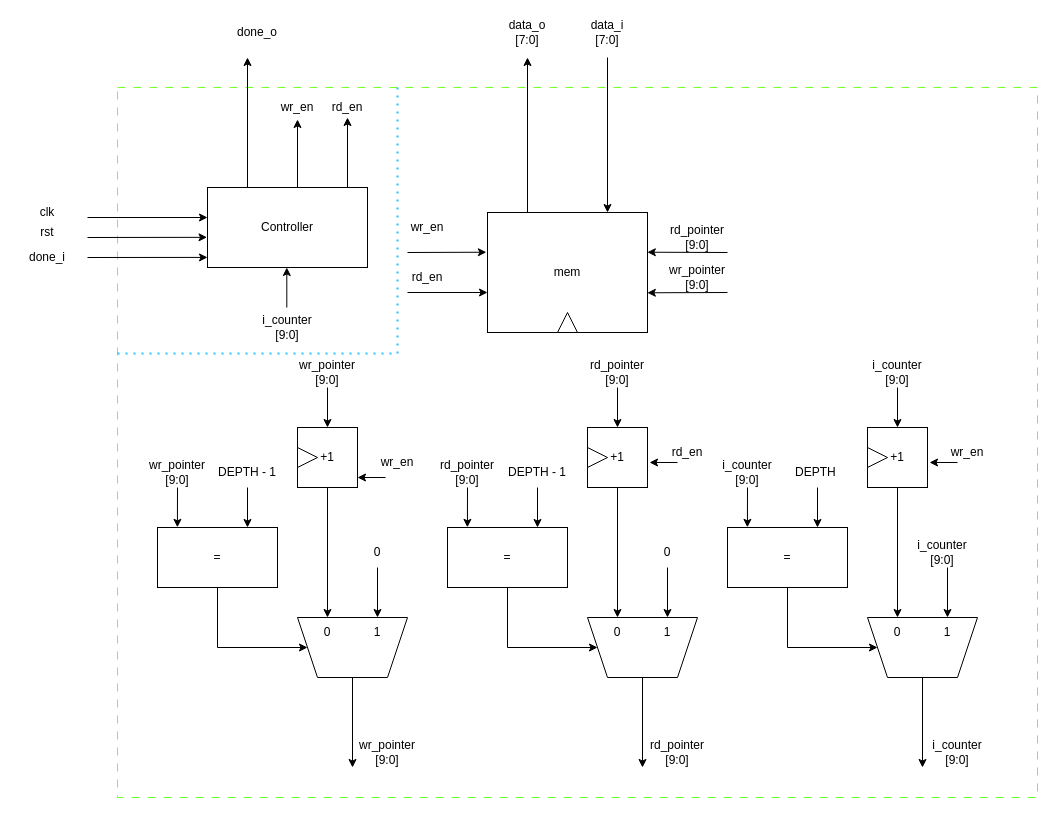
Before: Draw/PreparationModules/LineBuffer.drawio in Hieuueihm/Thesis, a draw.io diagram. Source tidied: cells renumbered, new cells numbered last; positions are measured from the earlier drawing's top-left corner, leaving out a move shared by most shapes. Both pictures are drawn from the tidied source at 100%, with x=0, y=0 at pixel (17, 17).
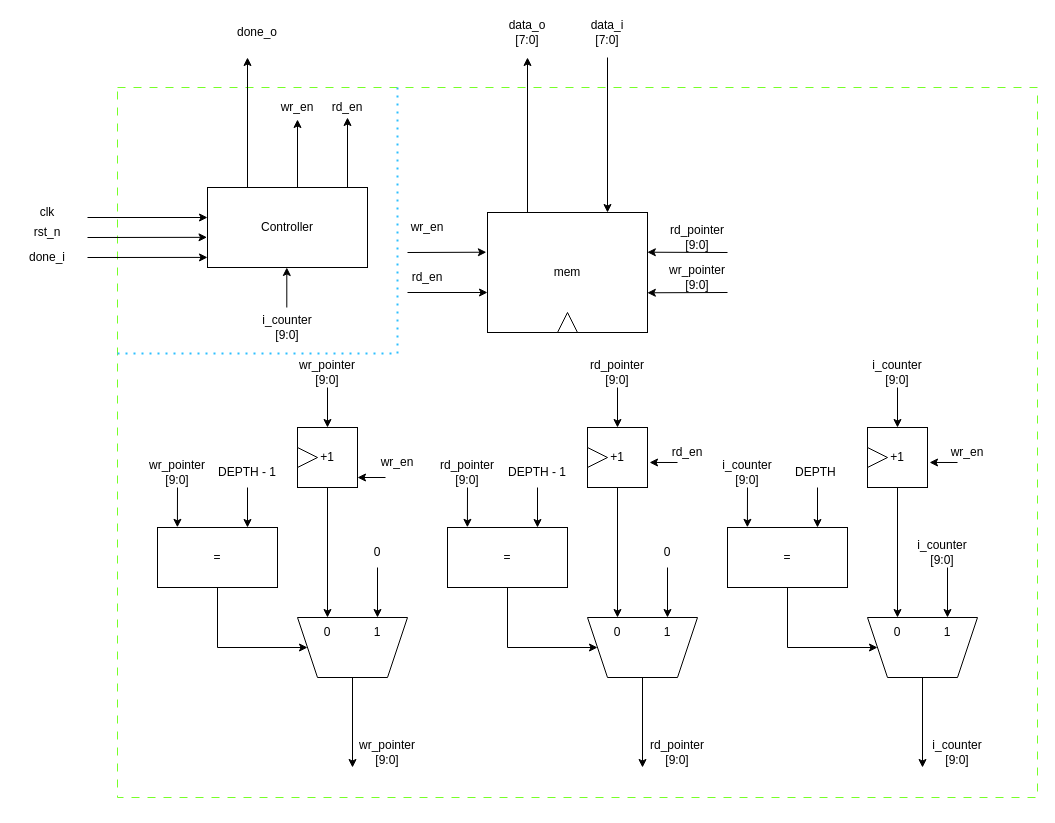
Above is the later version.

Diff of the diagram source:
```diff
@@
-    <mxCell id="9" value="rst" style="text;html=1;align=center;verticalAlign=middle;whiteSpace=wrap;rounded=0;" parent="1" vertex="1">
+    <mxCell id="9" value="rst_n" style="text;html=1;align=center;verticalAlign=middle;whiteSpace=wrap;rounded=0;" parent="1" vertex="1">
       <mxGeometry y="200" width="60" height="30" as="geometry" />
     </mxCell>
```
